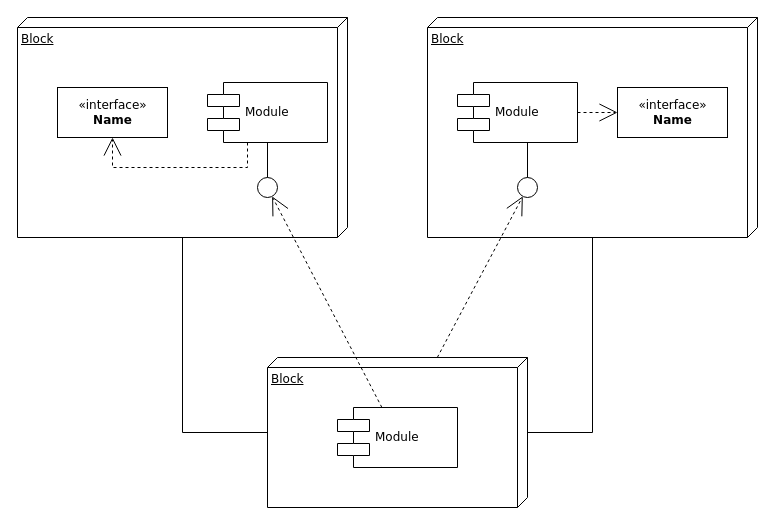
Above: CentralizedSystem.drawio in ethandabney/android-antivirus (draw.io), before the change. Source tidied: cells renumbered, new cells numbered last; positions are measured from the earlier drawing's top-left corner, leaving out a move shared by most shapes. Both pictures are drawn from the tidied source at 100%, with x=0, y=0 at pixel (17, 17).
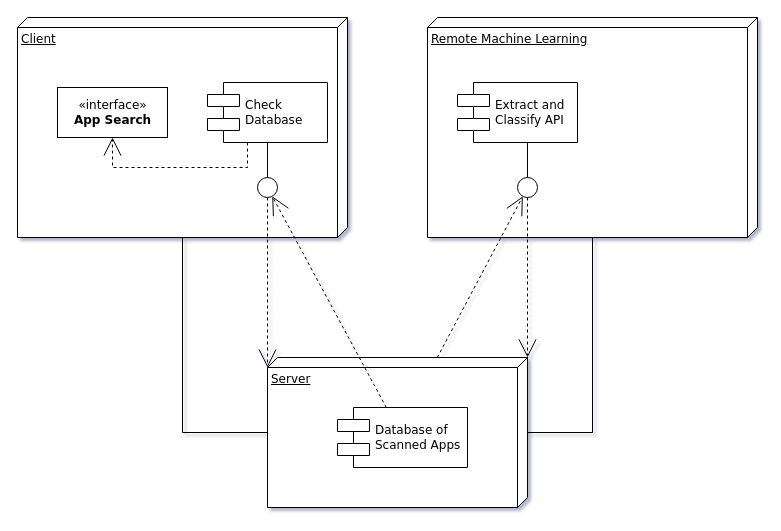
Above is the later version.

The change refers to these unchanged cells:
```xml
<mxCell id="7" style="ellipse;whiteSpace=wrap;html=1;rounded=0;shadow=0;comic=0;labelBackgroundColor=none;strokeWidth=1;fontFamily=Verdana;fontSize=12;align=center;" parent="1" vertex="1">
  <mxGeometry x="240" y="160" width="20" height="20" as="geometry" />
</mxCell>
<mxCell id="10" style="ellipse;whiteSpace=wrap;html=1;rounded=0;shadow=0;comic=0;labelBackgroundColor=none;strokeWidth=1;fontFamily=Verdana;fontSize=12;align=center;" parent="1" vertex="1">
  <mxGeometry x="500" y="160" width="20" height="20" as="geometry" />
</mxCell>
```

What changed in the source:
```diff
@@
-<mxGraphModel>
+<mxGraphModel shadow="1">
@@
-    <mxCell id="2" value="Block" style="verticalAlign=top;align=left;spacingTop=8;spacingLeft=2;spacingRight=12;shape=cube;size=10;direction=south;fontStyle=4;html=1;rounded=0;shadow=0;comic=0;labelBackgroundColor=none;strokeWidth=1;fontFamily=Verdana;fontSize=12;" parent="1" vertex="1">
+    <mxCell id="2" value="Client" style="verticalAlign=top;align=left;spacingTop=8;spacingLeft=2;spacingRight=12;shape=cube;size=10;direction=south;fontStyle=4;html=1;rounded=0;shadow=0;comic=0;labelBackgroundColor=none;strokeWidth=1;fontFamily=Verdana;fontSize=12;" parent="1" vertex="1">
       <mxGeometry width="330" height="220" as="geometry" />
     </mxCell>
-    <mxCell id="3" value="Block" style="verticalAlign=top;align=left;spacingTop=8;spacingLeft=2;spacingRight=12;shape=cube;size=10;direction=south;fontStyle=4;html=1;rounded=0;shadow=0;comic=0;labelBackgroundColor=none;strokeWidth=1;fontFamily=Verdana;fontSize=12;" parent="1" vertex="1">
+    <mxCell id="3" value="Remote Machine Learning" style="verticalAlign=top;align=left;spacingTop=8;spacingLeft=2;spacingRight=12;shape=cube;size=10;direction=south;fontStyle=4;html=1;rounded=0;shadow=0;comic=0;labelBackgroundColor=none;strokeWidth=1;fontFamily=Verdana;fontSize=12;" parent="1" vertex="1">
       <mxGeometry x="410" width="330" height="220" as="geometry" />
     </mxCell>
-    <mxCell id="4" value="Block" style="verticalAlign=top;align=left;spacingTop=8;spacingLeft=2;spacingRight=12;shape=cube;size=10;direction=south;fontStyle=4;html=1;rounded=0;shadow=0;comic=0;labelBackgroundColor=none;strokeWidth=1;fontFamily=Verdana;fontSize=12;" parent="1" vertex="1">
+    <mxCell id="4" value="Server" style="verticalAlign=top;align=left;spacingTop=8;spacingLeft=2;spacingRight=12;shape=cube;size=10;direction=south;fontStyle=4;html=1;rounded=0;shadow=0;comic=0;labelBackgroundColor=none;strokeWidth=1;fontFamily=Verdana;fontSize=12;" parent="1" vertex="1">
       <mxGeometry x="250" y="340" width="260" height="150" as="geometry" />
     </mxCell>
-    <mxCell id="5" value="&amp;laquo;interface&amp;raquo;&lt;br&gt;&lt;b&gt;Name&lt;/b&gt;" style="html=1;rounded=0;shadow=0;comic=0;labelBackgroundColor=none;strokeWidth=1;fontFamily=Verdana;fontSize=12;align=center;" parent="1" vertex="1">
+    <mxCell id="5" value="«interface»&lt;br&gt;&lt;b&gt;App Search&lt;/b&gt;" style="html=1;rounded=0;shadow=0;comic=0;labelBackgroundColor=none;strokeWidth=1;fontFamily=Verdana;fontSize=12;align=center;" parent="1" vertex="1">
       <mxGeometry x="40" y="70" width="110" height="50" as="geometry" />
     </mxCell>
-    <mxCell id="6" value="Module" style="shape=component;align=left;spacingLeft=36;rounded=0;shadow=0;comic=0;labelBackgroundColor=none;strokeWidth=1;fontFamily=Verdana;fontSize=12;html=1;" parent="1" vertex="1">
+    <mxCell id="6" value="&lt;div&gt;Check&lt;/div&gt;&lt;div&gt;Database&lt;br&gt;&lt;/div&gt;" style="shape=component;align=left;spacingLeft=36;rounded=0;shadow=0;comic=0;labelBackgroundColor=none;strokeWidth=1;fontFamily=Verdana;fontSize=12;html=1;" parent="1" vertex="1">
       <mxGeometry x="190" y="65" width="120" height="60" as="geometry" />
     </mxCell>
@@
-    <mxCell id="8" value="Module" style="shape=component;align=left;spacingLeft=36;rounded=0;shadow=0;comic=0;labelBackgroundColor=none;strokeWidth=1;fontFamily=Verdana;fontSize=12;html=1;" parent="1" vertex="1">
+    <mxCell id="8" value="&lt;div&gt;Extract and&lt;/div&gt;&lt;div&gt;Classify API&lt;br&gt;&lt;/div&gt;" style="shape=component;align=left;spacingLeft=36;rounded=0;shadow=0;comic=0;labelBackgroundColor=none;strokeWidth=1;fontFamily=Verdana;fontSize=12;html=1;" parent="1" vertex="1">
       <mxGeometry x="440" y="65" width="120" height="60" as="geometry" />
     </mxCell>
-    <mxCell id="9" value="&amp;laquo;interface&amp;raquo;&lt;br&gt;&lt;b&gt;Name&lt;/b&gt;" style="html=1;rounded=0;shadow=0;comic=0;labelBackgroundColor=none;strokeWidth=1;fontFamily=Verdana;fontSize=12;align=center;" parent="1" vertex="1">
-      <mxGeometry x="600" y="70" width="110" height="50" as="geometry" />
-    </mxCell>
@@
-    <mxCell id="11" value="Module" style="shape=component;align=left;spacingLeft=36;rounded=0;shadow=0;comic=0;labelBackgroundColor=none;strokeWidth=1;fontFamily=Verdana;fontSize=12;html=1;" parent="1" vertex="1">
-      <mxGeometry x="320" y="390" width="120" height="60" as="geometry" />
+    <mxCell id="11" value="&lt;div&gt;Database of&lt;/div&gt;&lt;div&gt;Scanned Apps&lt;br&gt;&lt;/div&gt;" style="shape=component;align=left;spacingLeft=36;rounded=0;shadow=0;comic=0;labelBackgroundColor=none;strokeWidth=1;fontFamily=Verdana;fontSize=12;html=1;" parent="1" vertex="1">
+      <mxGeometry x="320" y="390" width="130" height="60" as="geometry" />
     </mxCell>
@@
-    <mxCell id="17" style="edgeStyle=orthogonalEdgeStyle;rounded=0;html=1;dashed=1;labelBackgroundColor=none;startArrow=none;startFill=0;startSize=8;endArrow=open;endFill=0;endSize=16;fontFamily=Verdana;fontSize=12;" parent="1" edge="1" source="8" target="9">
-      <mxGeometry relative="1" as="geometry" />
-    </mxCell>
@@
+    <mxCell id="20" style="edgeStyle=none;rounded=0;html=1;dashed=1;labelBackgroundColor=none;startArrow=none;startFill=0;startSize=8;endArrow=open;endFill=0;endSize=16;fontFamily=Verdana;fontSize=12;exitX=0.5;exitY=1;exitDx=0;exitDy=0;entryX=0;entryY=0;entryDx=0;entryDy=0;entryPerimeter=0;" parent="1" edge="1" source="10" target="4">
+      <mxGeometry relative="1" as="geometry" />
+    </mxCell>
+    <mxCell id="21" style="edgeStyle=none;rounded=0;html=1;dashed=1;labelBackgroundColor=none;startArrow=none;startFill=0;startSize=8;endArrow=open;endFill=0;endSize=16;fontFamily=Verdana;fontSize=12;exitX=0.5;exitY=1;exitDx=0;exitDy=0;entryX=0;entryY=0;entryDx=10;entryDy=260;entryPerimeter=0;" parent="1" edge="1" source="7" target="4">
+      <mxGeometry relative="1" as="geometry" />
+    </mxCell>
```
